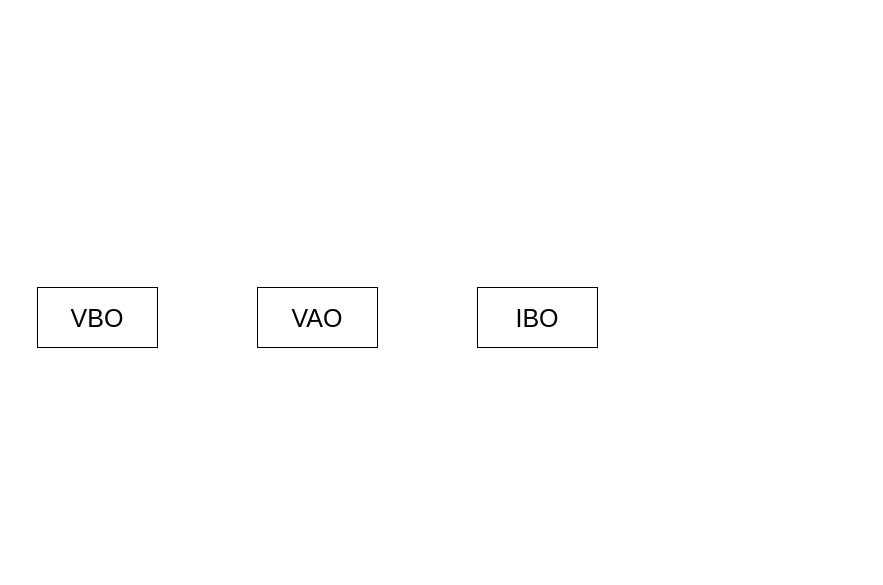
Before: OpenGL.drawio in xiaodongYao/DrawIO, a draw.io diagram. Source tidied: cells renumbered, new cells numbered last; positions are measured from the earlier drawing's top-left corner, leaving out a move shared by most shapes. Both pictures are drawn from the tidied source at 100%, with x=0, y=0 at pixel (37, 287).
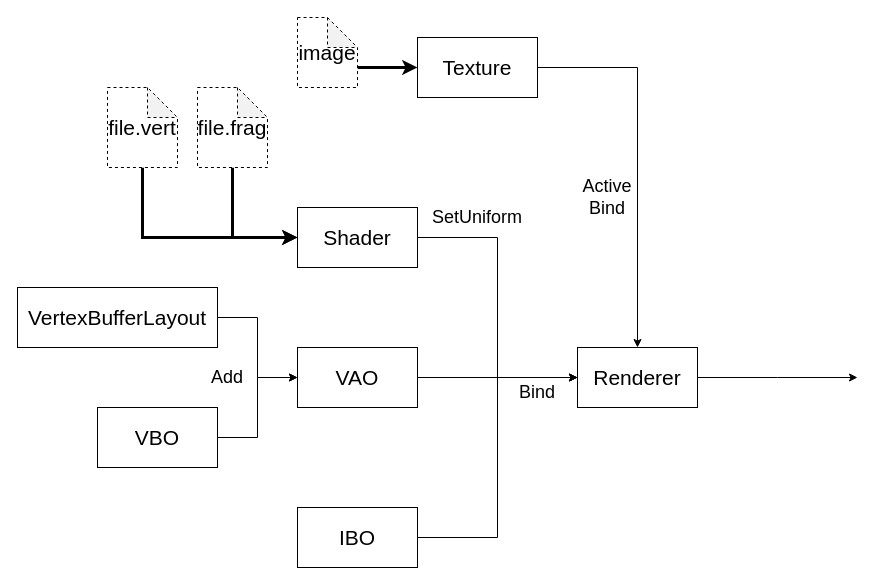
The same diagram, later.

Change to the diagram source:
```diff
@@
+    <mxCell id="5" style="edgeStyle=orthogonalEdgeStyle;rounded=0;jettySize=auto;html=1;exitX=1;exitY=0.5;exitDx=0;exitDy=0;entryX=0;entryY=0.5;entryDx=0;entryDy=0;" parent="1" edge="1" source="2" target="3">
+      <mxGeometry relative="1" as="geometry" />
+    </mxCell>
-    <mxCell id="2" value="VBO" style="rounded=0;whiteSpace=wrap;html=1;fontSize=25;" parent="1" vertex="1">
-      <mxGeometry width="120" height="60" as="geometry" />
+    <mxCell id="2" value="VBO" style="rounded=0;whiteSpace=wrap;html=1;fontSize=21;" parent="1" vertex="1">
+      <mxGeometry x="60" y="120" width="120" height="60" as="geometry" />
     </mxCell>
+    <mxCell id="6" style="edgeStyle=orthogonalEdgeStyle;rounded=0;jettySize=auto;html=1;exitX=1;exitY=0.5;exitDx=0;exitDy=0;entryX=0;entryY=0.5;entryDx=0;entryDy=0;" parent="1" edge="1" source="3" target="15">
+      <mxGeometry relative="1" as="geometry" />
+    </mxCell>
-    <mxCell id="3" value="VAO" style="rounded=0;whiteSpace=wrap;html=1;fontSize=25;" parent="1" vertex="1">
-      <mxGeometry x="220" width="120" height="60" as="geometry" />
+    <mxCell id="3" value="VAO" style="rounded=0;whiteSpace=wrap;html=1;fontSize=21;" parent="1" vertex="1">
+      <mxGeometry x="260" y="60" width="120" height="60" as="geometry" />
     </mxCell>
+    <mxCell id="7" style="edgeStyle=orthogonalEdgeStyle;rounded=0;jettySize=auto;html=1;exitX=1;exitY=0.5;exitDx=0;exitDy=0;entryX=0;entryY=0.5;entryDx=0;entryDy=0;" parent="1" edge="1" source="4" target="15">
+      <mxGeometry relative="1" as="geometry" />
+    </mxCell>
-    <mxCell id="4" value="IBO" style="rounded=0;whiteSpace=wrap;html=1;fontSize=25;" parent="1" vertex="1">
-      <mxGeometry x="440" width="120" height="60" as="geometry" />
+    <mxCell id="4" value="IBO" style="rounded=0;whiteSpace=wrap;html=1;fontSize=21;" parent="1" vertex="1">
+      <mxGeometry x="260" y="220" width="120" height="60" as="geometry" />
     </mxCell>
+    <mxCell id="8" style="edgeStyle=orthogonalEdgeStyle;rounded=0;jettySize=auto;html=1;exitX=1;exitY=0.5;exitDx=0;exitDy=0;entryX=0;entryY=0.5;entryDx=0;entryDy=0;" parent="1" edge="1" source="9" target="15">
+      <mxGeometry relative="1" as="geometry" />
+    </mxCell>
+    <mxCell id="9" value="Shader" style="rounded=0;whiteSpace=wrap;html=1;fontSize=21;" parent="1" vertex="1">
+      <mxGeometry x="260" y="-80" width="120" height="60" as="geometry" />
+    </mxCell>
+    <mxCell id="10" style="edgeStyle=orthogonalEdgeStyle;rounded=0;jettySize=auto;html=1;exitX=1;exitY=0.5;exitDx=0;exitDy=0;entryX=0.5;entryY=0;entryDx=0;entryDy=0;" parent="1" edge="1" source="11" target="15">
+      <mxGeometry relative="1" as="geometry" />
+    </mxCell>
+    <mxCell id="11" value="Texture" style="rounded=0;whiteSpace=wrap;html=1;fontSize=21;" parent="1" vertex="1">
+      <mxGeometry x="380" y="-250" width="120" height="60" as="geometry" />
+    </mxCell>
+    <mxCell id="12" style="edgeStyle=orthogonalEdgeStyle;rounded=0;jettySize=auto;html=1;exitX=1;exitY=0.5;exitDx=0;exitDy=0;entryX=0;entryY=0.5;entryDx=0;entryDy=0;" parent="1" edge="1" source="13" target="3">
+      <mxGeometry relative="1" as="geometry" />
+    </mxCell>
+    <mxCell id="13" value="VertexBufferLayout" style="rounded=0;whiteSpace=wrap;html=1;fontSize=21;" parent="1" vertex="1">
+      <mxGeometry x="-20" width="200" height="60" as="geometry" />
+    </mxCell>
+    <mxCell id="14" style="edgeStyle=orthogonalEdgeStyle;rounded=0;jettySize=auto;html=1;exitX=1;exitY=0.5;exitDx=0;exitDy=0;" parent="1" edge="1" source="15">
+      <mxGeometry relative="1" as="geometry">
+        <mxPoint x="820" y="90" as="targetPoint" />
+      </mxGeometry>
+    </mxCell>
+    <mxCell id="15" value="Renderer" style="rounded=0;whiteSpace=wrap;html=1;fontSize=21;" parent="1" vertex="1">
+      <mxGeometry x="540" y="60" width="120" height="60" as="geometry" />
+    </mxCell>
+    <mxCell id="16" value="Add" style="text;html=1;align=center;verticalAlign=middle;whiteSpace=wrap;rounded=0;fontSize=18;" parent="1" vertex="1">
+      <mxGeometry x="160" y="75" width="60" height="30" as="geometry" />
+    </mxCell>
+    <mxCell id="17" value="Bind" style="text;html=1;align=center;verticalAlign=middle;whiteSpace=wrap;rounded=0;fontSize=18;" parent="1" vertex="1">
+      <mxGeometry x="470" y="90" width="60" height="30" as="geometry" />
+    </mxCell>
+    <mxCell id="18" value="Active&lt;div&gt;Bind&lt;/div&gt;" style="text;html=1;align=center;verticalAlign=middle;whiteSpace=wrap;rounded=0;fontSize=18;" parent="1" vertex="1">
+      <mxGeometry x="540" y="-110" width="60" height="40" as="geometry" />
+    </mxCell>
+    <mxCell id="19" value="SetUniform" style="text;html=1;align=center;verticalAlign=middle;whiteSpace=wrap;rounded=0;fontSize=18;" parent="1" vertex="1">
+      <mxGeometry x="390" y="-90" width="100" height="40" as="geometry" />
+    </mxCell>
+    <mxCell id="20" style="edgeStyle=orthogonalEdgeStyle;rounded=0;jettySize=auto;html=1;exitX=0;exitY=0;exitDx=60;exitDy=50;exitPerimeter=0;entryX=0;entryY=0.5;entryDx=0;entryDy=0;strokeWidth=3;" parent="1" edge="1" source="21" target="11">
+      <mxGeometry relative="1" as="geometry" />
+    </mxCell>
+    <mxCell id="21" value="&lt;span style=&quot;font-size: 21px;&quot;&gt;image&lt;/span&gt;" style="shape=note;whiteSpace=wrap;html=1;backgroundOutline=1;darkOpacity=0.05;dashed=1;" parent="1" vertex="1">
+      <mxGeometry x="260" y="-270" width="60" height="70" as="geometry" />
+    </mxCell>
+    <mxCell id="22" style="edgeStyle=orthogonalEdgeStyle;rounded=0;jettySize=auto;html=1;exitX=0.5;exitY=1;exitDx=0;exitDy=0;exitPerimeter=0;entryX=0;entryY=0.5;entryDx=0;entryDy=0;strokeWidth=3;" parent="1" edge="1" source="23" target="9">
+      <mxGeometry relative="1" as="geometry" />
+    </mxCell>
+    <mxCell id="23" value="&lt;span style=&quot;font-size: 21px;&quot;&gt;file.frag&lt;/span&gt;" style="shape=note;whiteSpace=wrap;html=1;backgroundOutline=1;darkOpacity=0.05;dashed=1;" parent="1" vertex="1">
+      <mxGeometry x="160" y="-200" width="70" height="80" as="geometry" />
+    </mxCell>
+    <mxCell id="24" style="edgeStyle=orthogonalEdgeStyle;rounded=0;jettySize=auto;html=1;exitX=0.5;exitY=1;exitDx=0;exitDy=0;exitPerimeter=0;entryX=0;entryY=0.5;entryDx=0;entryDy=0;strokeWidth=3;" parent="1" edge="1" source="25" target="9">
+      <mxGeometry relative="1" as="geometry" />
+    </mxCell>
+    <mxCell id="25" value="&lt;span style=&quot;font-size: 21px;&quot;&gt;file.vert&lt;/span&gt;" style="shape=note;whiteSpace=wrap;html=1;backgroundOutline=1;darkOpacity=0.05;dashed=1;" parent="1" vertex="1">
+      <mxGeometry x="70" y="-200" width="70" height="80" as="geometry" />
+    </mxCell>
```
